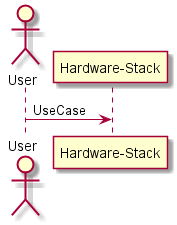
This is docs/Solution/Hardware-Stack/UserInteraction.png from CAADE/fleet, a PlantUML export, as it was before one commit. The source it was exported from:
```plantuml
@startuml
actor User

User -> "Hardware-Stack": UseCase

@enduml
```
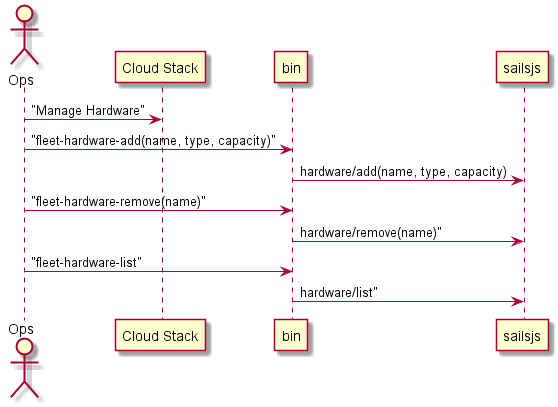
The same file after the commit.

What changed in the source:
```diff
@@ -1,6 +1,12 @@
 @startuml
-actor User
+actor Ops
 
-User -> "Hardware-Stack": UseCase
+Ops -> "Cloud Stack": "Manage Hardware"
+Ops -> bin: "fleet-hardware-add(name, type, capacity)"
+bin -> sailsjs : hardware/add(name, type, capacity)
+Ops -> bin: "fleet-hardware-remove(name)"
+bin -> sailsjs : hardware/remove(name)"
+Ops -> bin: "fleet-hardware-list"
+bin -> sailsjs : hardware/list"
 
 @enduml
```
